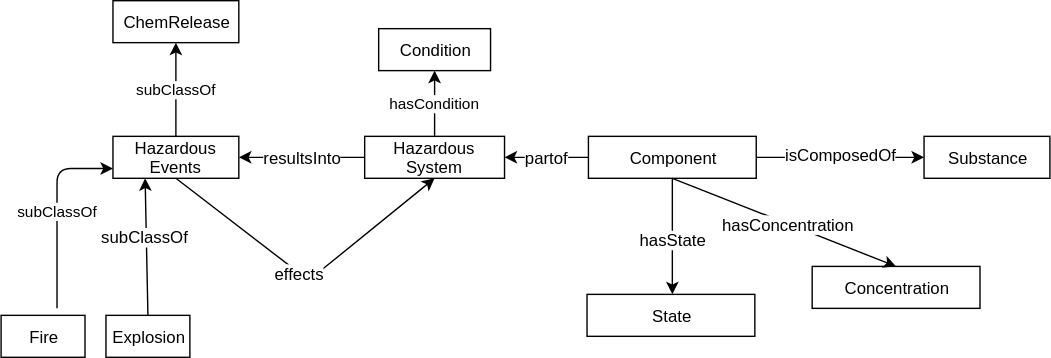
Vocamp/Chem-Research-2017 keeps this draw.io diagram as chem_reaction_hazard_svg.svg. Above is the earlier version. Source tidied: cells renumbered, new cells last; positions are measured from the earlier drawing's top-left corner, leaving out a move shared by most shapes.
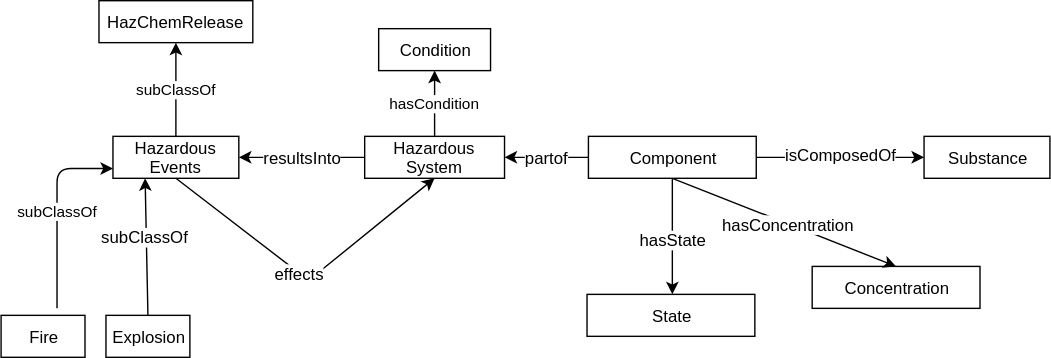
Above is the later version.

Commit message:
added hazard pattern

The edit, as a diff of the source:
```diff
@@ -99,8 +99,8 @@
     <mxCell id="26" value="hasConcentration" style="text;html=1;align=center;verticalAlign=middle;labelBackgroundColor=#ffffff;" parent="25" vertex="1">
       <mxGeometry x="0.04" relative="1" as="geometry" />
     </mxCell>
-    <mxCell id="27" value="ChemRelease" style="rounded=0;whiteSpace=wrap;html=1;" parent="1" vertex="1">
-      <mxGeometry x="80" width="90" height="30" as="geometry" />
+    <mxCell id="27" value="HazChemRelease" style="rounded=0;whiteSpace=wrap;html=1;" parent="1" vertex="1">
+      <mxGeometry x="70" width="110" height="30" as="geometry" />
     </mxCell>
     <mxCell id="28" value="subClassOf" style="endArrow=classic;html=1;exitX=0.5;exitY=0;" parent="1" edge="1" source="12" target="27">
       <mxGeometry relative="1" as="geometry" />
```
